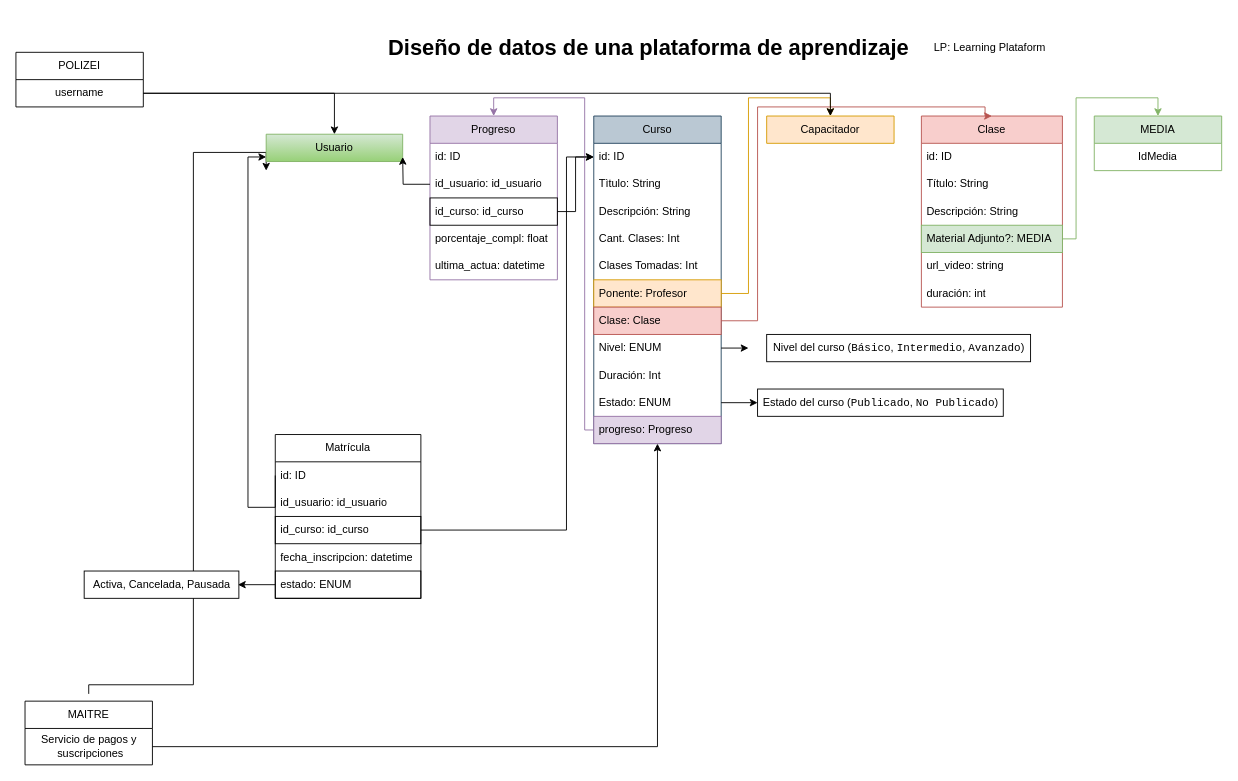
dacaza3812/3 keeps this draw.io diagram as Diagrama sin título.drawio. Above is the earlier version. Source tidied: cells renumbered, new cells numbered last; positions are measured from the earlier drawing's top-left corner, leaving out a move shared by most shapes. Both pictures are drawn from the tidied source at 91%, with x=0, y=0 at pixel (15, 15).
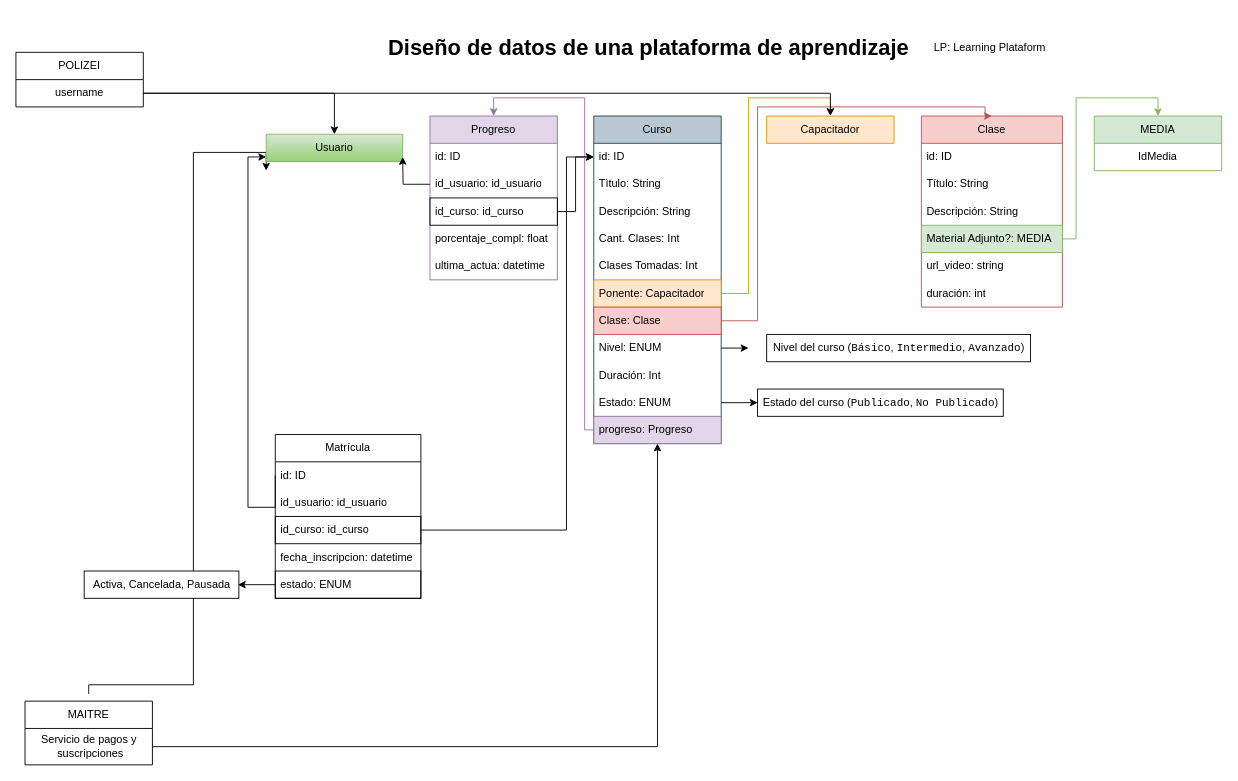
After the change.

The change refers to these unchanged cells:
```xml
<mxCell id="3" value="Curso" style="swimlane;fontStyle=0;horizontal=1;startSize=30;whiteSpace=wrap;html=1;fillColor=#bac8d3;strokeColor=#23445d;" parent="1" vertex="1">
  <mxGeometry x="635" y="110" width="140" height="360" as="geometry" />
</mxCell>
```

What changed in the source:
```diff
@@
-    <mxCell id="9" value="Ponente: Profesor" style="text;strokeColor=#d79b00;fillColor=#ffe6cc;align=left;verticalAlign=middle;spacingLeft=4;spacingRight=4;overflow=hidden;points=[[0,0.5],[1,0.5]];portConstraint=eastwest;whiteSpace=wrap;html=1;" parent="3" vertex="1">
+    <mxCell id="9" value="Ponente: Capacitador" style="text;strokeColor=#d79b00;fillColor=#ffe6cc;align=left;verticalAlign=middle;spacingLeft=4;spacingRight=4;overflow=hidden;points=[[0,0.5],[1,0.5]];portConstraint=eastwest;whiteSpace=wrap;html=1;" parent="3" vertex="1">
       <mxGeometry y="180" width="140" height="30" as="geometry" />
     </mxCell>
```
